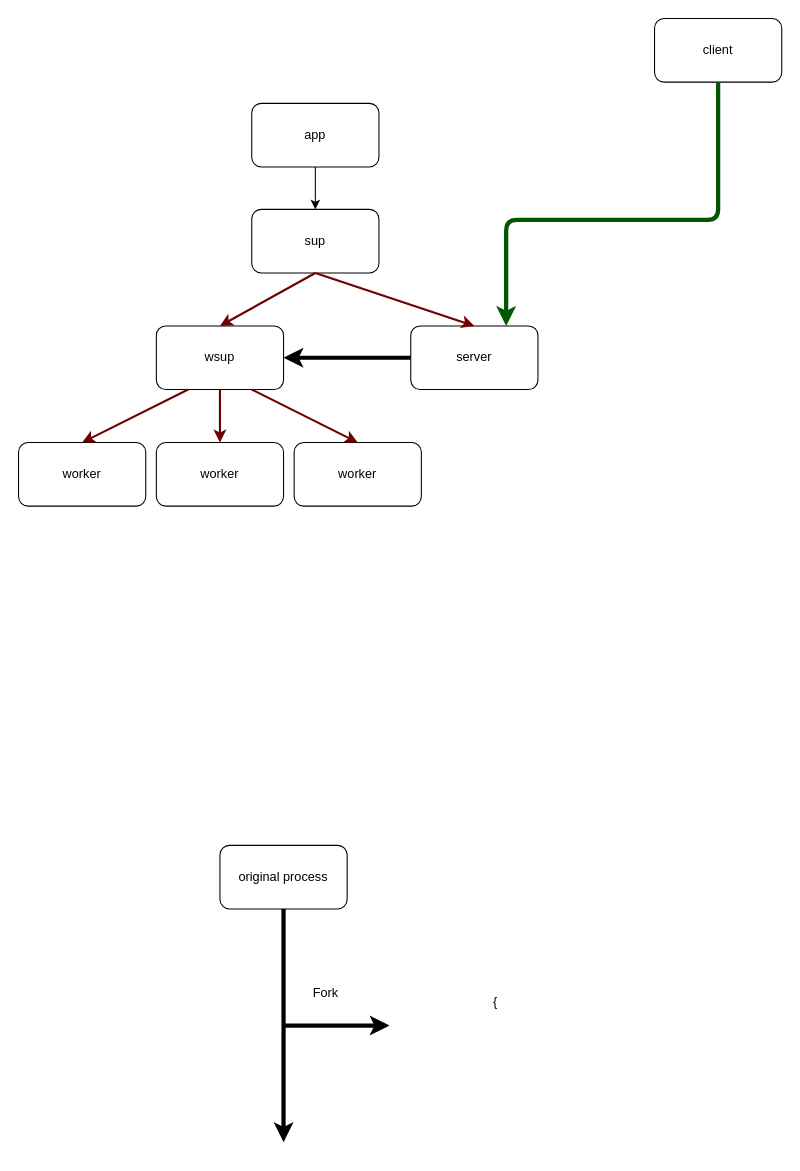
Earlier version of the draw.io diagram schema.drawio (sanzor/EDSS). Source tidied: cells renumbered, new cells numbered last; positions are measured from the earlier drawing's top-left corner, leaving out a move shared by most shapes. Both pictures are drawn from the tidied source at 106%, with x=0, y=0 at pixel (18, 18).
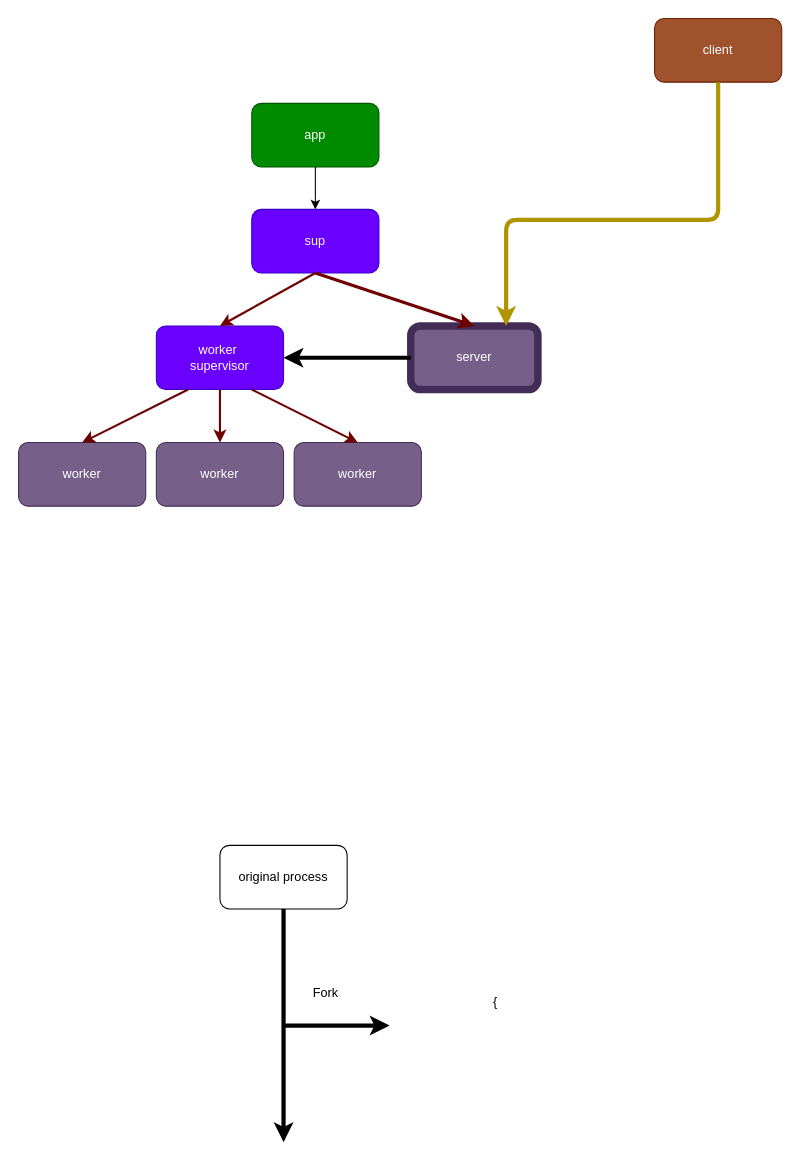
After the change.

What changed in the source:
```diff
@@
-    <mxCell id="2" value="app&lt;br&gt;" style="rounded=1;whiteSpace=wrap;html=1;" parent="1" vertex="1">
+    <mxCell id="2" value="app&lt;br&gt;" style="rounded=1;whiteSpace=wrap;html=1;fillColor=#008a00;strokeColor=#005700;fontColor=#ffffff;" parent="1" vertex="1">
       <mxGeometry x="220" y="80" width="120" height="60" as="geometry" />
     </mxCell>
-    <mxCell id="3" value="wsup" style="rounded=1;whiteSpace=wrap;html=1;" parent="1" vertex="1">
+    <mxCell id="3" value="worker&amp;nbsp;&lt;br&gt;supervisor" style="rounded=1;whiteSpace=wrap;html=1;fillColor=#6a00ff;strokeColor=#3700CC;fontColor=#ffffff;" parent="1" vertex="1">
       <mxGeometry x="130" y="290" width="120" height="60" as="geometry" />
     </mxCell>
-    <mxCell id="4" value="server" style="rounded=1;whiteSpace=wrap;html=1;" parent="1" vertex="1">
+    <mxCell id="4" value="server" style="rounded=1;whiteSpace=wrap;html=1;fillColor=#76608a;strokeColor=#432D57;fontColor=#ffffff;strokeWidth=7;" parent="1" vertex="1">
       <mxGeometry x="370" y="290" width="120" height="60" as="geometry" />
     </mxCell>
-    <mxCell id="5" value="sup" style="rounded=1;whiteSpace=wrap;html=1;" parent="1" vertex="1">
+    <mxCell id="5" value="sup" style="rounded=1;whiteSpace=wrap;html=1;fillColor=#6a00ff;strokeColor=#3700CC;fontColor=#ffffff;" parent="1" vertex="1">
       <mxGeometry x="220" y="180" width="120" height="60" as="geometry" />
     </mxCell>
-    <mxCell id="6" value="client" style="rounded=1;whiteSpace=wrap;html=1;" parent="1" vertex="1">
+    <mxCell id="6" value="client" style="rounded=1;whiteSpace=wrap;html=1;fillColor=#a0522d;strokeColor=#6D1F00;fontColor=#ffffff;" parent="1" vertex="1">
       <mxGeometry x="600" width="120" height="60" as="geometry" />
     </mxCell>
-    <mxCell id="7" value="worker" style="rounded=1;whiteSpace=wrap;html=1;" parent="1" vertex="1">
+    <mxCell id="7" value="worker" style="rounded=1;whiteSpace=wrap;html=1;fillColor=#76608a;strokeColor=#432D57;fontColor=#ffffff;" parent="1" vertex="1">
       <mxGeometry y="400" width="120" height="60" as="geometry" />
     </mxCell>
-    <mxCell id="8" value="worker" style="rounded=1;whiteSpace=wrap;html=1;" parent="1" vertex="1">
+    <mxCell id="8" value="worker" style="rounded=1;whiteSpace=wrap;html=1;fillColor=#76608a;strokeColor=#432D57;fontColor=#ffffff;" parent="1" vertex="1">
       <mxGeometry x="130" y="400" width="120" height="60" as="geometry" />
     </mxCell>
-    <mxCell id="9" value="worker" style="rounded=1;whiteSpace=wrap;html=1;" parent="1" vertex="1">
+    <mxCell id="9" value="worker" style="rounded=1;whiteSpace=wrap;html=1;fillColor=#76608a;strokeColor=#432D57;fontColor=#ffffff;" parent="1" vertex="1">
       <mxGeometry x="260" y="400" width="120" height="60" as="geometry" />
     </mxCell>
@@
-    <mxCell id="12" style="endArrow=classic;html=1;exitX=0.5;exitY=1;exitDx=0;exitDy=0;entryX=0.5;entryY=0;entryDx=0;entryDy=0;fillColor=#a20025;strokeColor=#6F0000;strokeWidth=2;" parent="1" edge="1" source="5" target="4">
+    <mxCell id="12" style="endArrow=classic;html=1;exitX=0.5;exitY=1;exitDx=0;exitDy=0;entryX=0.5;entryY=0;entryDx=0;entryDy=0;fillColor=#a20025;strokeColor=#6F0000;strokeWidth=3;" parent="1" edge="1" source="5" target="4">
       <mxGeometry relative="1" as="geometry" />
     </mxCell>
@@
-    <mxCell id="16" style="edgeStyle=segmentEdgeStyle;endArrow=classic;html=1;strokeWidth=4;exitX=0.5;exitY=1;exitDx=0;exitDy=0;entryX=0.75;entryY=0;entryDx=0;entryDy=0;fillColor=#008a00;strokeColor=#005700;" parent="1" edge="1" source="6" target="4">
+    <mxCell id="16" style="edgeStyle=segmentEdgeStyle;endArrow=classic;html=1;strokeWidth=4;exitX=0.5;exitY=1;exitDx=0;exitDy=0;entryX=0.75;entryY=0;entryDx=0;entryDy=0;fillColor=#e3c800;strokeColor=#B09500;" parent="1" edge="1" source="6" target="4">
       <mxGeometry relative="1" as="geometry">
         <Array as="points">
           <mxPoint x="660" y="190" />
           <mxPoint x="460" y="190" />
         </Array>
       </mxGeometry>
     </mxCell>
```
